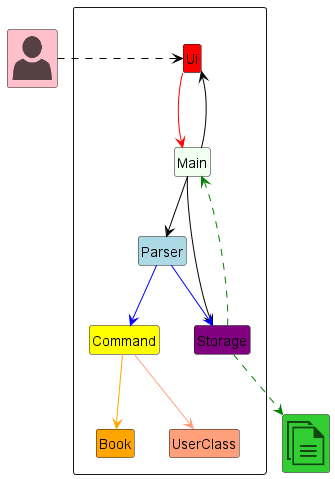
This is docs/images/ArchitectureDiagram.png from kirangeofran/tp, a PlantUML export, as it was before one commit.
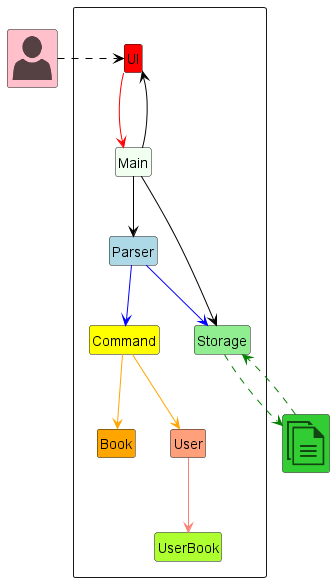
After the change.

Commit message:
Fix architecture diagram

Diff of the diagram source:
```diff
@@ -13,29 +13,32 @@
 }
 
 package " " <<rectangle>> {
-    Class Ui UI_COLOR
+    Class UI UI_COLOR
     Class Command COMMAND_COLOR
     Class Parser PARSER_COLOR
     Class Storage STORAGE_COLOR
     Class Main MAIN_COLOR
     Class Book BOOK_COLOR
-    Class UserClass USER_CLASS_COLOR
+    Class User USER_CLASS_COLOR
+    Class UserBook USER_BOOK_COLOR
 }
 
-Class "<$user>" as User USER_COLOR
+Class "<$user>" as human USER_COLOR
 Class "<$documents>" as File FILE_COLOR
 
-Ui -[#red]-> Main
-Main -[#black]-> Ui
+UI -[#red]-> Main
+Main -[#black]-> UI
 Main -[#black]-> Storage
 Main -[#black]-> Parser
-Storage .[#green].> Main
+
 Parser -[#blue]-> Command
 Parser -[#blue]-> Storage
 Command -[#orange]-> Book
-Command -[#lightsalmon]-> UserClass
+Command -[#orange]-> User
+User -[#salmon]-> UserBook
 Storage .[#green].> File
-User .[#black]> Ui
+File .[#green].> Storage
+human .[#black]> UI
 
 
 
```
